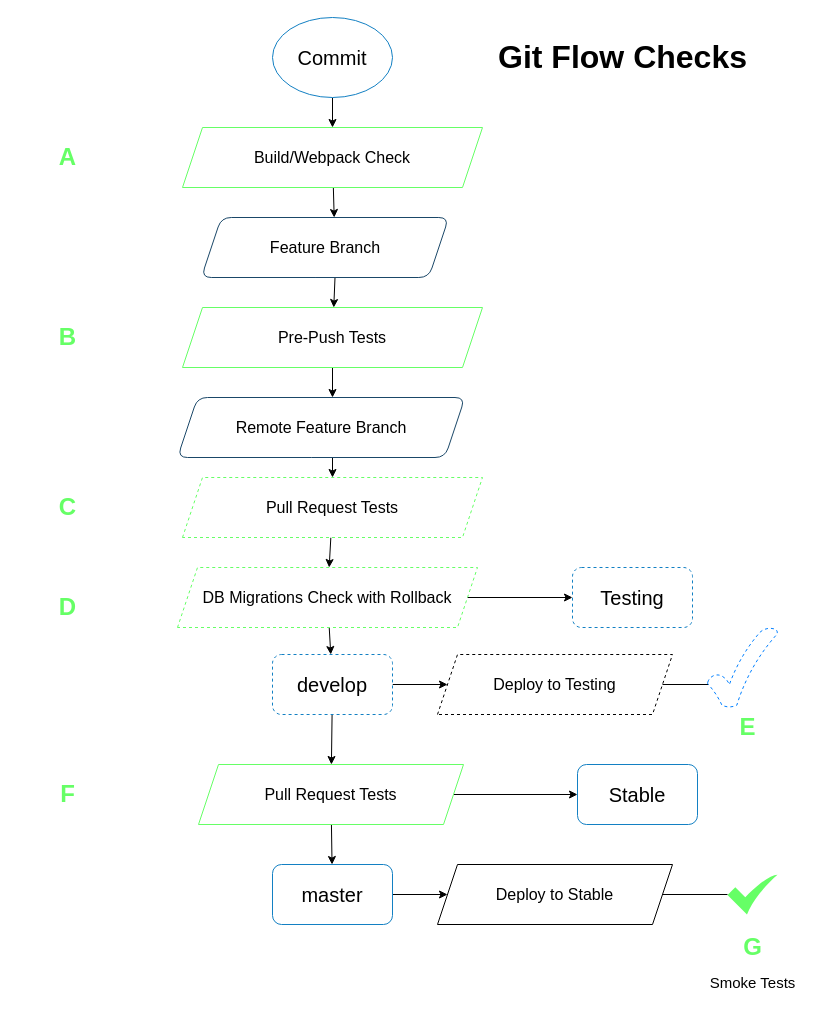
ruyd/fullstack-monorepo keeps this draw.io diagram as page "Checks" (3 of 3) of docs/flow.dio. Above is the earlier version. Source tidied: cells renumbered, new cells numbered last; positions are measured from the earlier drawing's top-left corner, leaving out a move shared by most shapes. Both pictures are drawn from the tidied source at 100%, with x=0, y=0 at pixel (17, 17).
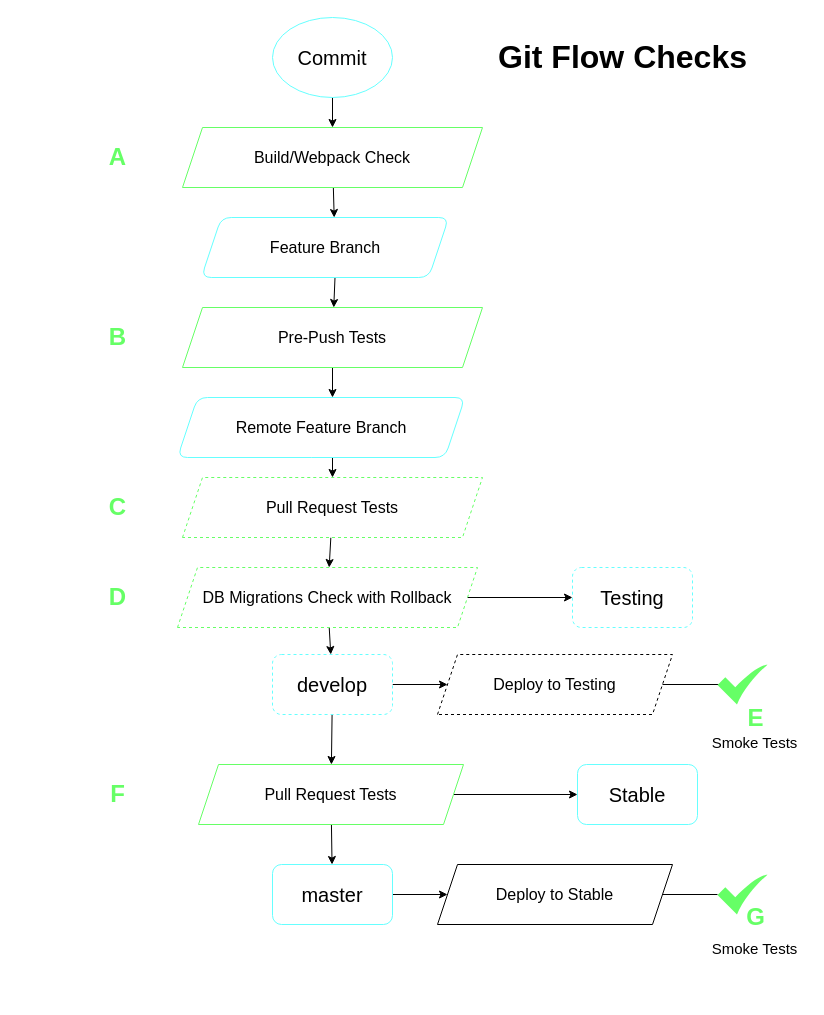
Above is the later version.

What changed in the source:
```diff
@@
-    <mxCell id="5" value="Commit" style="ellipse;whiteSpace=wrap;html=1;strokeColor=#1380c3;fontSize=20;fontColor=default;" parent="1" vertex="1">
+    <mxCell id="5" value="Commit" style="ellipse;whiteSpace=wrap;html=1;strokeColor=#66FFFF;fontSize=20;fontColor=default;" parent="1" vertex="1">
       <mxGeometry x="255" width="120" height="80" as="geometry" />
     </mxCell>
@@
-    <mxCell id="13" value="develop" style="rounded=1;whiteSpace=wrap;html=1;fontSize=20;strokeColor=#1380c3;dashed=1;" parent="1" vertex="1">
+    <mxCell id="13" value="develop" style="rounded=1;whiteSpace=wrap;html=1;fontSize=20;strokeColor=#66FFFF;dashed=1;" parent="1" vertex="1">
       <mxGeometry x="255" y="637" width="120" height="60" as="geometry" />
     </mxCell>
-    <mxCell id="14" value="Feature Branch" style="shape=parallelogram;perimeter=parallelogramPerimeter;whiteSpace=wrap;html=1;fixedSize=1;fontSize=16;rounded=1;strokeColor=#1a4768;" parent="1" vertex="1">
+    <mxCell id="14" value="Feature Branch" style="shape=parallelogram;perimeter=parallelogramPerimeter;whiteSpace=wrap;html=1;fixedSize=1;fontSize=16;rounded=1;strokeColor=#66FFFF;" parent="1" vertex="1">
       <mxGeometry x="183.8" y="200" width="247.5" height="60" as="geometry" />
     </mxCell>
@@
-    <mxCell id="16" value="Remote Feature Branch" style="shape=parallelogram;perimeter=parallelogramPerimeter;whiteSpace=wrap;html=1;fixedSize=1;fontSize=16;rounded=1;strokeColor=#1a4768;" parent="1" vertex="1">
+    <mxCell id="16" value="Remote Feature Branch" style="shape=parallelogram;perimeter=parallelogramPerimeter;whiteSpace=wrap;html=1;fixedSize=1;fontSize=16;rounded=1;strokeColor=#66FFFF;" parent="1" vertex="1">
       <mxGeometry x="160" y="380" width="287.5" height="60" as="geometry" />
     </mxCell>
@@
-    <mxCell id="19" value="master" style="rounded=1;whiteSpace=wrap;html=1;fontSize=20;strokeColor=#1380c3;" parent="1" vertex="1">
+    <mxCell id="19" value="master" style="rounded=1;whiteSpace=wrap;html=1;fontSize=20;strokeColor=#66FFFF;" parent="1" vertex="1">
       <mxGeometry x="255" y="847" width="120" height="60" as="geometry" />
     </mxCell>
@@
-    <mxCell id="24" value="Stable" style="rounded=1;whiteSpace=wrap;html=1;fontSize=20;strokeColor=#1380c3;" parent="1" vertex="1">
+    <mxCell id="24" value="Stable" style="rounded=1;whiteSpace=wrap;html=1;fontSize=20;strokeColor=#66FFFF;" parent="1" vertex="1">
       <mxGeometry x="560" y="747" width="120" height="60" as="geometry" />
     </mxCell>
@@
     <mxCell id="27" style="sketch=0;html=1;strokeColor=none;shadow=0;align=center;verticalAlign=top;fillColor=#66FF66;shape=mxgraph.gcp2.check;rounded=0;fontSize=20;fontColor=#2e9d5e;" parent="1" vertex="1">
-      <mxGeometry x="710" y="857" width="50" height="40" as="geometry" />
+      <mxGeometry x="700" y="857" width="50" height="40" as="geometry" />
     </mxCell>
-    <mxCell id="28" style="verticalLabelPosition=bottom;verticalAlign=top;html=1;shape=mxgraph.basic.tick;rounded=0;dashed=1;strokeColor=#007FFF;fontSize=20;fontColor=default;fillColor=default;" parent="1" vertex="1">
-      <mxGeometry x="690" y="610" width="70" height="80" as="geometry" />
-    </mxCell>
     <mxCell id="29" value="A" style="text;strokeColor=none;fillColor=none;html=1;fontSize=24;fontStyle=1;verticalAlign=middle;align=center;rounded=0;dashed=1;fontColor=#66FF66;" parent="1" vertex="1">
-      <mxGeometry y="120" width="100" height="40" as="geometry" />
+      <mxGeometry x="50" y="120" width="100" height="40" as="geometry" />
     </mxCell>
@@
     <mxCell id="31" value="B" style="text;strokeColor=none;fillColor=none;html=1;fontSize=24;fontStyle=1;verticalAlign=middle;align=center;rounded=0;dashed=1;fontColor=#66FF66;" parent="1" vertex="1">
-      <mxGeometry y="300" width="100" height="40" as="geometry" />
+      <mxGeometry x="50" y="300" width="100" height="40" as="geometry" />
     </mxCell>
     <mxCell id="32" value="C" style="text;strokeColor=none;fillColor=none;html=1;fontSize=24;fontStyle=1;verticalAlign=middle;align=center;rounded=0;dashed=1;fontColor=#66FF66;" parent="1" vertex="1">
-      <mxGeometry y="470" width="100" height="40" as="geometry" />
+      <mxGeometry x="50" y="470" width="100" height="40" as="geometry" />
     </mxCell>
     <mxCell id="33" value="D" style="text;strokeColor=none;fillColor=none;html=1;fontSize=24;fontStyle=1;verticalAlign=middle;align=center;rounded=0;dashed=1;fontColor=#66FF66;" parent="1" vertex="1">
-      <mxGeometry y="570" width="100" height="40" as="geometry" />
+      <mxGeometry x="50" y="560" width="100" height="40" as="geometry" />
     </mxCell>
     <mxCell id="34" value="F" style="text;strokeColor=none;fillColor=none;html=1;fontSize=24;fontStyle=1;verticalAlign=middle;align=center;rounded=0;dashed=1;fontColor=#66FF66;" parent="1" vertex="1">
-      <mxGeometry y="757" width="100" height="40" as="geometry" />
+      <mxGeometry x="50" y="757" width="100" height="40" as="geometry" />
     </mxCell>
     <mxCell id="35" value="E" style="text;strokeColor=none;fillColor=none;html=1;fontSize=24;fontStyle=1;verticalAlign=middle;align=center;rounded=0;dashed=1;fontColor=#66FF66;" parent="1" vertex="1">
-      <mxGeometry x="680" y="690" width="100" height="40" as="geometry" />
+      <mxGeometry x="687.5" y="681" width="100" height="40" as="geometry" />
     </mxCell>
     <mxCell id="36" value="Smoke Tests" style="text;html=1;strokeColor=none;fillColor=none;align=center;verticalAlign=middle;whiteSpace=wrap;rounded=0;dashed=1;sketch=0;fontSize=15;fontColor=default;" parent="1" vertex="1">
-      <mxGeometry x="682.5" y="950" width="105" height="30" as="geometry" />
+      <mxGeometry x="685" y="916" width="105" height="30" as="geometry" />
     </mxCell>
-    <mxCell id="37" value="Testing" style="rounded=1;whiteSpace=wrap;html=1;fontSize=20;strokeColor=#1380c3;dashed=1;" parent="1" vertex="1">
+    <mxCell id="37" value="Testing" style="rounded=1;whiteSpace=wrap;html=1;fontSize=20;strokeColor=#66FFFF;dashed=1;" parent="1" vertex="1">
       <mxGeometry x="555" y="550" width="120" height="60" as="geometry" />
     </mxCell>
@@
     <mxCell id="41" value="G" style="text;strokeColor=none;fillColor=none;html=1;fontSize=24;fontStyle=1;verticalAlign=middle;align=center;rounded=0;dashed=1;fontColor=#66FF66;" parent="1" vertex="1">
-      <mxGeometry x="685" y="910" width="100" height="40" as="geometry" />
+      <mxGeometry x="687.5" y="880" width="100" height="40" as="geometry" />
     </mxCell>
+    <mxCell id="42" style="sketch=0;html=1;strokeColor=none;shadow=0;align=center;verticalAlign=top;fillColor=#66FF66;shape=mxgraph.gcp2.check;rounded=0;fontSize=20;fontColor=#2e9d5e;" parent="1" vertex="1">
+      <mxGeometry x="700" y="647" width="50" height="40" as="geometry" />
+    </mxCell>
+    <mxCell id="43" value="Smoke Tests" style="text;html=1;strokeColor=none;fillColor=none;align=center;verticalAlign=middle;whiteSpace=wrap;rounded=0;dashed=1;sketch=0;fontSize=15;fontColor=default;" parent="1" vertex="1">
+      <mxGeometry x="685" y="710" width="105" height="30" as="geometry" />
+    </mxCell>
```
